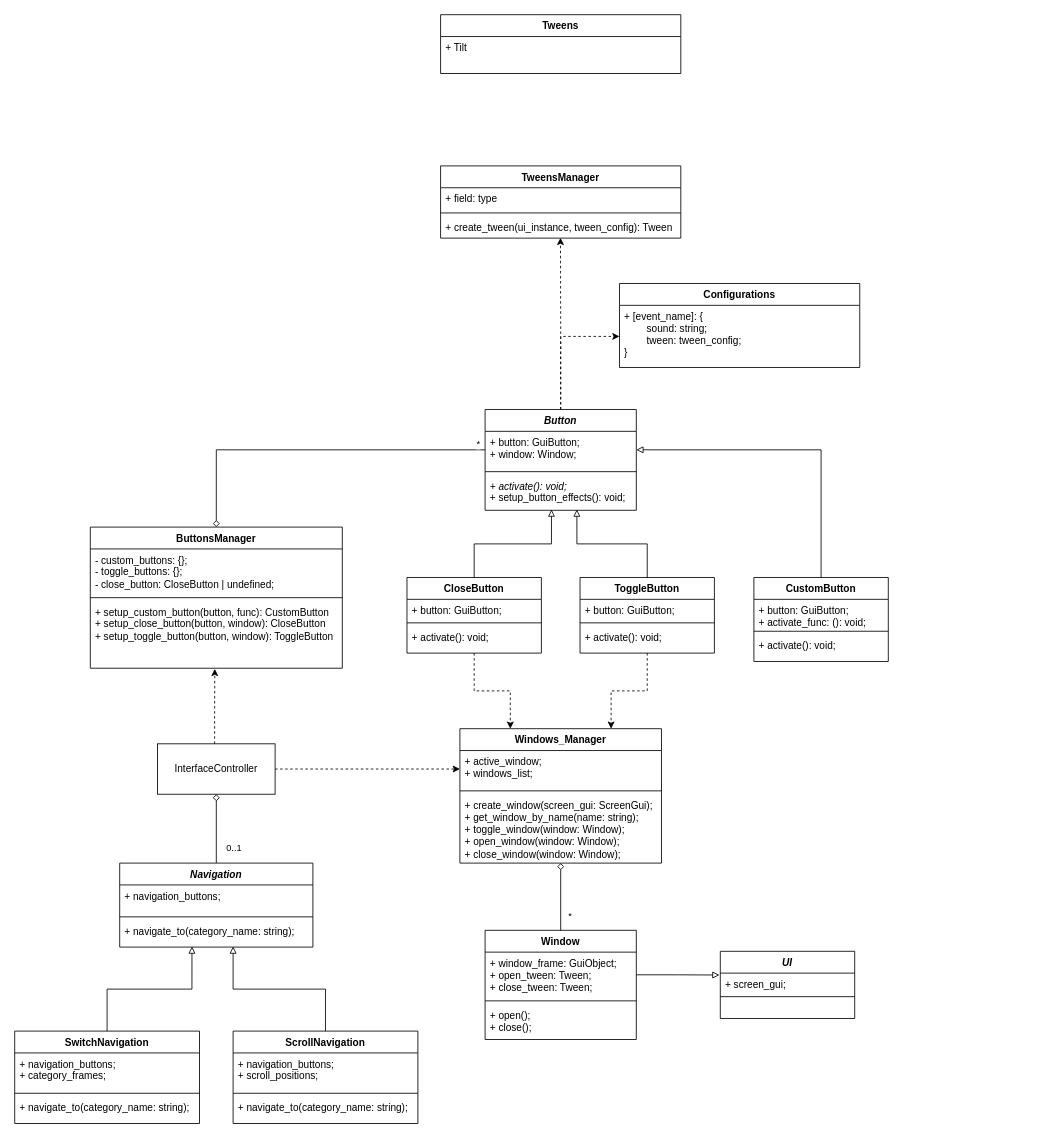
The draw.io diagram UI_Manager.drawio in olimaly/Diagrams, before the edit. Source tidied: cells renumbered, new cells numbered last; positions are measured from the earlier drawing's top-left corner, leaving out a move shared by most shapes. Both pictures are drawn from the tidied source at 84%, with x=0, y=0 at pixel (14, 14).
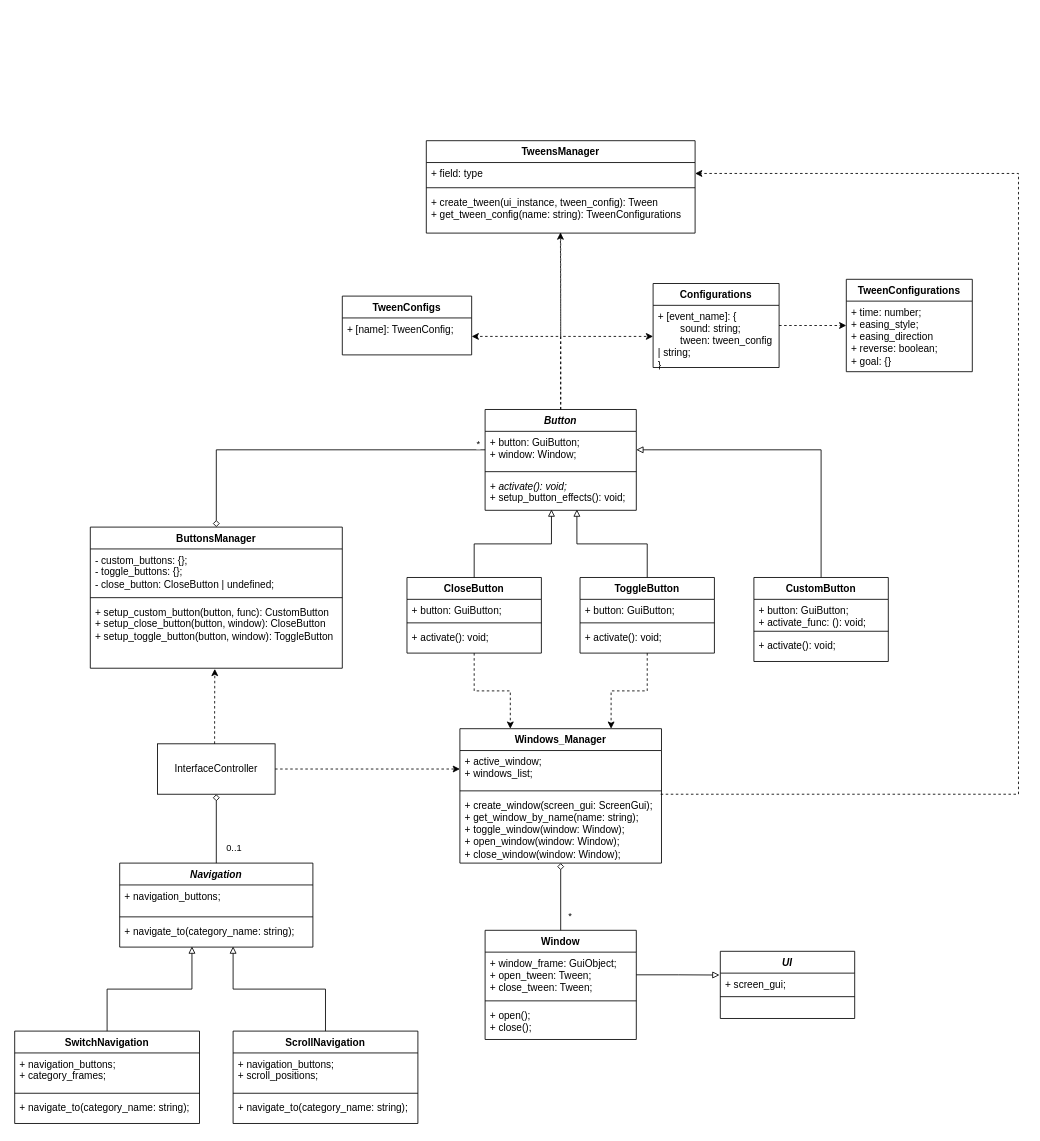
The same diagram, later.

The change refers to these unchanged cells:
```xml
<mxCell id="42" value="&lt;div&gt;+ create_window(screen_gui: ScreenGui);&lt;/div&gt;&lt;div&gt;+ get_window_by_name(name: string);&lt;/div&gt;&lt;div&gt;+ toggle_window(window: Window);&lt;/div&gt;&lt;div&gt;+ open_window(window: Window);&lt;/div&gt;&lt;div&gt;+ close_window(window: Window);&lt;/div&gt;" style="text;strokeColor=none;fillColor=none;align=left;verticalAlign=top;spacingLeft=4;spacingRight=4;overflow=hidden;points=[[0,0.5],[1,0.5]];portConstraint=eastwest;whiteSpace=wrap;html=1;" parent="39" vertex="1">
  <mxGeometry y="78" width="240" height="82" as="geometry" />
</mxCell>
```

What changed in the source:
```diff
@@
+    <mxCell id="73" style="edgeStyle=orthogonalEdgeStyle;rounded=0;jettySize=auto;html=1;entryX=1;entryY=0.5;entryDx=0;entryDy=0;dashed=1;exitX=0.996;exitY=0;exitDx=0;exitDy=0;exitPerimeter=0;" parent="1" edge="1" source="42" target="58">
+      <mxGeometry relative="1" as="geometry">
+        <Array as="points">
+          <mxPoint x="1195" y="928" />
+          <mxPoint x="1195" y="189" />
+        </Array>
+      </mxGeometry>
+    </mxCell>
@@
+    <mxCell id="74" style="edgeStyle=orthogonalEdgeStyle;rounded=0;jettySize=auto;html=1;entryX=1;entryY=0.5;entryDx=0;entryDy=0;dashed=1;" parent="1" edge="1" source="57" target="72">
+      <mxGeometry relative="1" as="geometry" />
+    </mxCell>
     <mxCell id="57" value="TweensManager" style="swimlane;fontStyle=1;align=center;verticalAlign=top;horizontal=1;startSize=26;whiteSpace=wrap;html=1;" parent="1" vertex="1">
-      <mxGeometry x="507" y="180" width="286" height="86" as="geometry" />
+      <mxGeometry x="490" y="150" width="320" height="110" as="geometry" />
     </mxCell>
     <mxCell id="58" value="+ field: type" style="text;strokeColor=none;fillColor=none;align=left;verticalAlign=top;spacingLeft=4;spacingRight=4;overflow=hidden;points=[[0,0.5],[1,0.5]];portConstraint=eastwest;whiteSpace=wrap;html=1;" parent="57" vertex="1">
-      <mxGeometry y="26" width="286" height="26" as="geometry" />
+      <mxGeometry y="26" width="320" height="26" as="geometry" />
     </mxCell>
     <mxCell id="59" style="line;strokeWidth=1;fillColor=none;align=left;verticalAlign=middle;spacingTop=-1;spacingLeft=3;spacingRight=3;labelPosition=right;strokeColor=inherit;" parent="57" vertex="1">
-      <mxGeometry y="52" width="286" height="8" as="geometry" />
+      <mxGeometry y="52" width="320" height="8" as="geometry" />
     </mxCell>
-    <mxCell id="60" value="+ create_tween(ui_instance, tween_config): Tween" style="text;strokeColor=none;fillColor=none;align=left;verticalAlign=top;spacingLeft=4;spacingRight=4;overflow=hidden;points=[[0,0.5],[1,0.5]];portConstraint=eastwest;whiteSpace=wrap;html=1;" parent="57" vertex="1">
-      <mxGeometry y="60" width="286" height="26" as="geometry" />
+    <mxCell id="60" value="+ create_tween(ui_instance, tween_config): Tween&lt;div&gt;+ get_tween_config(name: string): TweenConfigurations&lt;/div&gt;" style="text;strokeColor=none;fillColor=none;align=left;verticalAlign=top;spacingLeft=4;spacingRight=4;overflow=hidden;points=[[0,0.5],[1,0.5]];portConstraint=eastwest;whiteSpace=wrap;html=1;" parent="57" vertex="1">
+      <mxGeometry y="60" width="320" height="50" as="geometry" />
     </mxCell>
@@
+    <mxCell id="75" style="edgeStyle=orthogonalEdgeStyle;rounded=0;jettySize=auto;html=1;dashed=1;" parent="1" edge="1" source="68" target="76">
+      <mxGeometry relative="1" as="geometry" />
+    </mxCell>
     <mxCell id="68" value="Configurations" style="swimlane;fontStyle=1;align=center;verticalAlign=top;horizontal=1;startSize=26;whiteSpace=wrap;html=1;" parent="1" vertex="1">
-      <mxGeometry x="720" y="320" width="286" height="100" as="geometry" />
+      <mxGeometry x="760" y="320" width="150" height="100" as="geometry" />
     </mxCell>
-    <mxCell id="69" value="+ [event_name]: {&lt;div&gt;&lt;span style=&quot;white-space: pre;&quot;&gt;&#9;&lt;/span&gt;sound: string;&lt;br&gt;&lt;/div&gt;&lt;div&gt;&lt;span style=&quot;white-space: pre;&quot;&gt;&#9;&lt;/span&gt;tween: tween_config;&lt;br&gt;&lt;/div&gt;&lt;div&gt;}&lt;/div&gt;" style="text;strokeColor=none;fillColor=none;align=left;verticalAlign=top;spacingLeft=4;spacingRight=4;overflow=hidden;points=[[0,0.5],[1,0.5]];portConstraint=eastwest;whiteSpace=wrap;html=1;" parent="68" vertex="1">
-      <mxGeometry y="26" width="286" height="74" as="geometry" />
+    <mxCell id="69" value="+ [event_name]: {&lt;div&gt;&lt;span style=&quot;white-space: pre;&quot;&gt;&#9;&lt;/span&gt;sound: string;&lt;br&gt;&lt;/div&gt;&lt;div&gt;&lt;span style=&quot;white-space: pre;&quot;&gt;&#9;&lt;/span&gt;tween: tween_config | string;&lt;br&gt;&lt;/div&gt;&lt;div&gt;}&lt;/div&gt;" style="text;strokeColor=none;fillColor=none;align=left;verticalAlign=top;spacingLeft=4;spacingRight=4;overflow=hidden;points=[[0,0.5],[1,0.5]];portConstraint=eastwest;whiteSpace=wrap;html=1;" parent="68" vertex="1">
+      <mxGeometry y="26" width="150" height="74" as="geometry" />
     </mxCell>
@@
-    <mxCell id="71" value="Tweens" style="swimlane;fontStyle=1;align=center;verticalAlign=top;horizontal=1;startSize=26;whiteSpace=wrap;html=1;" parent="1" vertex="1">
-      <mxGeometry x="507" width="286" height="70" as="geometry" />
+    <mxCell id="71" value="TweenConfigs" style="swimlane;fontStyle=1;align=center;verticalAlign=top;horizontal=1;startSize=26;whiteSpace=wrap;html=1;" parent="1" vertex="1">
+      <mxGeometry x="390" y="335" width="154" height="70" as="geometry" />
     </mxCell>
-    <mxCell id="72" value="+ Tilt" style="text;strokeColor=none;fillColor=none;align=left;verticalAlign=top;spacingLeft=4;spacingRight=4;overflow=hidden;points=[[0,0.5],[1,0.5]];portConstraint=eastwest;whiteSpace=wrap;html=1;" parent="71" vertex="1">
-      <mxGeometry y="26" width="286" height="44" as="geometry" />
+    <mxCell id="72" value="+ [name]: TweenConfig;" style="text;strokeColor=none;fillColor=none;align=left;verticalAlign=top;spacingLeft=4;spacingRight=4;overflow=hidden;points=[[0,0.5],[1,0.5]];portConstraint=eastwest;whiteSpace=wrap;html=1;" parent="71" vertex="1">
+      <mxGeometry y="26" width="154" height="44" as="geometry" />
     </mxCell>
+    <mxCell id="76" value="TweenConfigurations" style="swimlane;fontStyle=1;align=center;verticalAlign=top;horizontal=1;startSize=26;whiteSpace=wrap;html=1;" parent="1" vertex="1">
+      <mxGeometry x="990" y="315" width="150" height="110" as="geometry" />
+    </mxCell>
+    <mxCell id="77" value="+ time: number;&lt;div&gt;+ easing_style;&lt;/div&gt;&lt;div&gt;+ easing_direction&lt;/div&gt;&lt;div&gt;+ reverse: boolean;&lt;span style=&quot;background-color: initial;&quot;&gt;&amp;nbsp;&lt;/span&gt;&lt;/div&gt;&lt;div&gt;&lt;div&gt;+ goal: {}&lt;/div&gt;&lt;/div&gt;" style="text;strokeColor=none;fillColor=none;align=left;verticalAlign=top;spacingLeft=4;spacingRight=4;overflow=hidden;whiteSpace=wrap;html=1;" parent="76" vertex="1">
+      <mxGeometry y="26" width="150" height="84" as="geometry" />
+    </mxCell>
```
